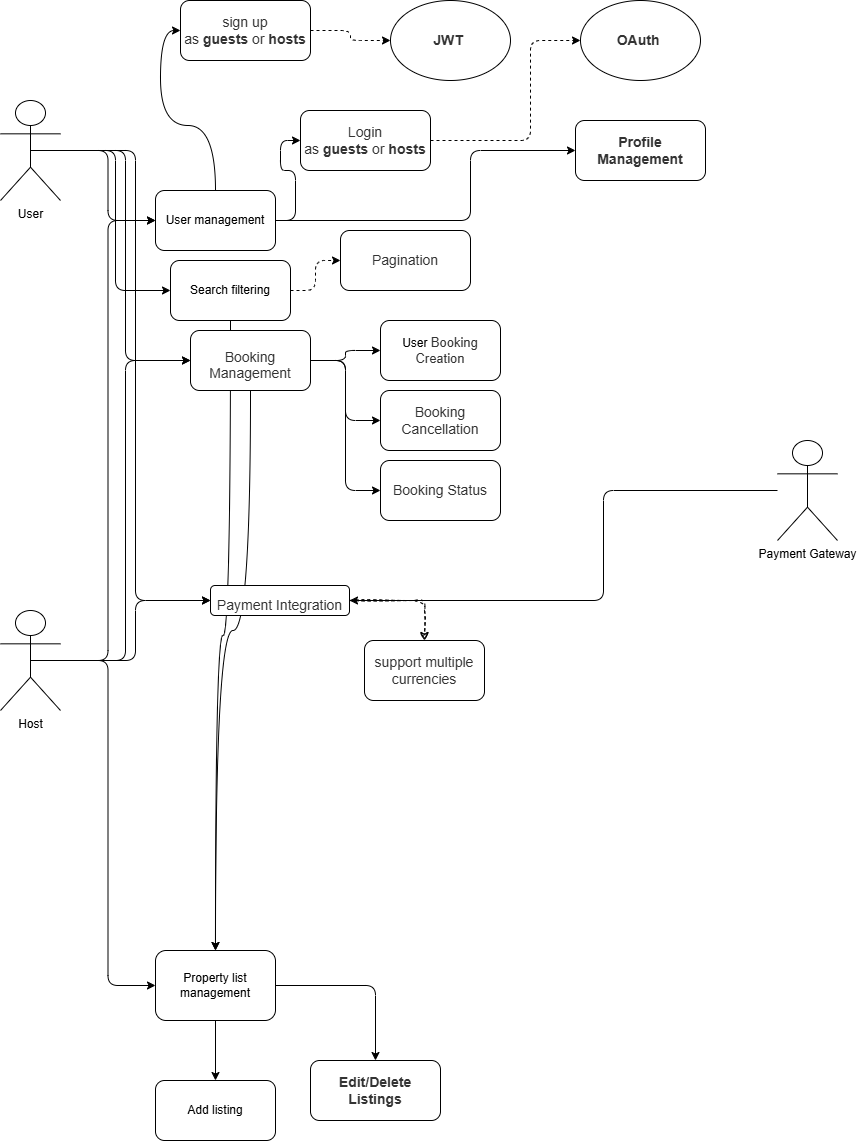
The draw.io diagram use-case-diagram/usecase.drawio.png in Dinamow/alx-airbnb-project-documentation, before a commit. Source tidied: cells renumbered, new cells last; positions are measured from the earlier drawing's top-left corner, leaving out a move shared by most shapes.
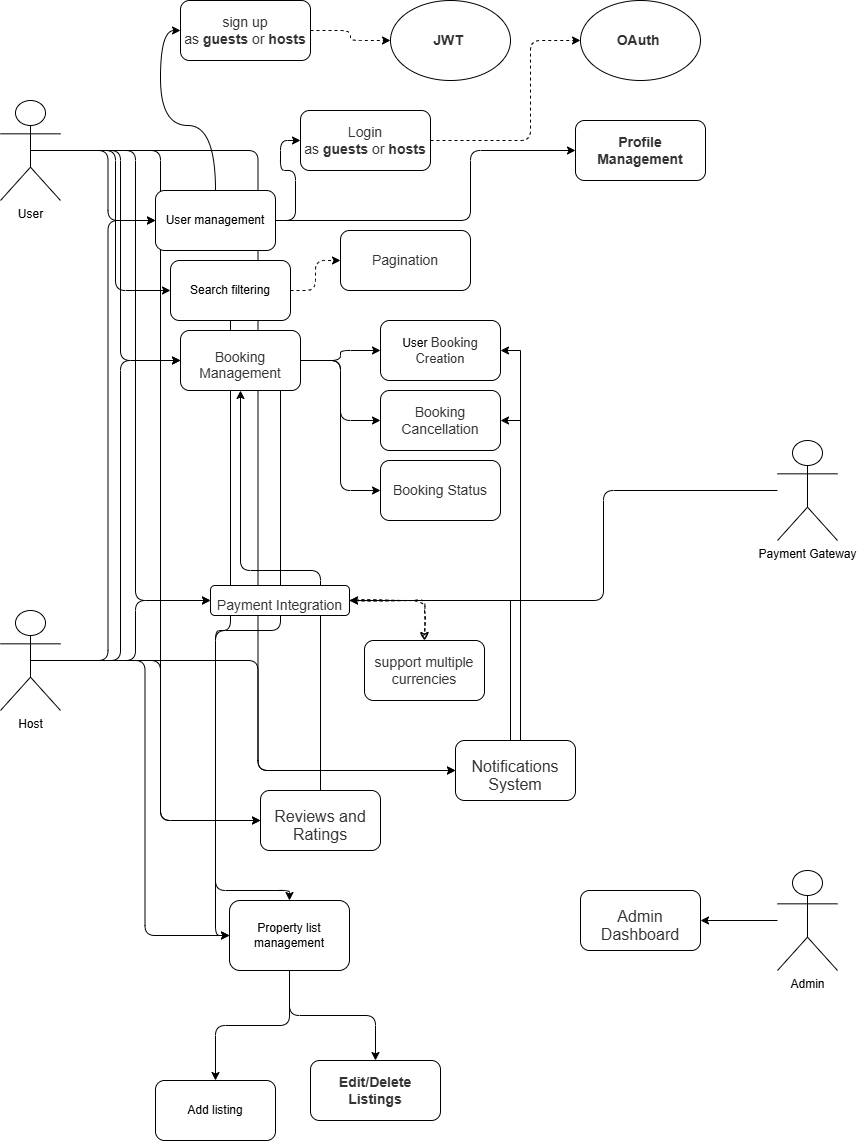
The same diagram one commit later.

Diff of the diagram source:
```diff
@@ -2,6 +2,17 @@
   <root>
     <mxCell id="0" />
     <mxCell id="1" parent="0" />
+    <mxCell id="45" style="edgeStyle=orthogonalEdgeStyle;rounded=1;jettySize=auto;html=1;entryX=0;entryY=0.5;entryDx=0;entryDy=0;curved=0;" parent="1" edge="1" source="7" target="54">
+      <mxGeometry relative="1" as="geometry" />
+    </mxCell>
+    <mxCell id="46" style="edgeStyle=orthogonalEdgeStyle;rounded=1;jettySize=auto;html=1;entryX=0.5;entryY=1;entryDx=0;entryDy=0;curved=0;" parent="1" edge="1" source="50" target="39">
+      <mxGeometry relative="1" as="geometry">
+        <Array as="points">
+          <mxPoint x="320" y="570" />
+          <mxPoint x="240" y="570" />
+        </Array>
+      </mxGeometry>
+    </mxCell>
     <mxCell id="2" style="edgeStyle=orthogonalEdgeStyle;rounded=1;jettySize=auto;html=1;entryX=0;entryY=0.5;entryDx=0;entryDy=0;curved=0;" parent="1" edge="1" source="11" target="43">
       <mxGeometry relative="1" as="geometry" />
     </mxCell>
@@ -17,6 +28,9 @@
     <mxCell id="6" style="edgeStyle=orthogonalEdgeStyle;rounded=1;jettySize=auto;html=1;entryX=0;entryY=0.5;entryDx=0;entryDy=0;curved=0;" parent="1" edge="1" source="7" target="39">
       <mxGeometry relative="1" as="geometry" />
     </mxCell>
+    <mxCell id="47" style="edgeStyle=orthogonalEdgeStyle;rounded=1;jettySize=auto;html=1;entryX=0;entryY=0.5;entryDx=0;entryDy=0;curved=0;" parent="1" edge="1" source="7" target="50">
+      <mxGeometry relative="1" as="geometry" />
+    </mxCell>
     <mxCell id="7" value="User" style="shape=umlActor;verticalLabelPosition=bottom;verticalAlign=top;html=1;outlineConnect=0;rounded=1;" parent="1" vertex="1">
       <mxGeometry y="100" width="60" height="100" as="geometry" />
     </mxCell>
@@ -29,6 +43,12 @@
     <mxCell id="10" style="edgeStyle=orthogonalEdgeStyle;rounded=1;jettySize=auto;html=1;entryX=0;entryY=0.5;entryDx=0;entryDy=0;curved=0;" parent="1" edge="1" source="11" target="39">
       <mxGeometry relative="1" as="geometry" />
     </mxCell>
+    <mxCell id="48" style="edgeStyle=orthogonalEdgeStyle;rounded=1;jettySize=auto;html=1;entryX=0;entryY=0.5;entryDx=0;entryDy=0;curved=0;" parent="1" edge="1" source="11" target="50">
+      <mxGeometry relative="1" as="geometry" />
+    </mxCell>
+    <mxCell id="49" style="edgeStyle=orthogonalEdgeStyle;rounded=1;jettySize=auto;html=1;entryX=0;entryY=0.5;entryDx=0;entryDy=0;curved=0;" parent="1" edge="1" source="11" target="54">
+      <mxGeometry relative="1" as="geometry" />
+    </mxCell>
     <mxCell id="11" value="Host" style="shape=umlActor;verticalLabelPosition=bottom;verticalAlign=top;html=1;outlineConnect=0;rounded=1;" parent="1" vertex="1">
       <mxGeometry y="610" width="60" height="100" as="geometry" />
     </mxCell>
@@ -82,7 +102,7 @@
       <mxGeometry relative="1" as="geometry" />
     </mxCell>
     <mxCell id="25" value="Property list management" style="rounded=1;whiteSpace=wrap;html=1;" parent="1" vertex="1">
-      <mxGeometry x="155" y="950" width="120" height="70" as="geometry" />
+      <mxGeometry x="229" y="900" width="120" height="70" as="geometry" />
     </mxCell>
     <mxCell id="26" value="&lt;strong style=&quot;box-sizing: border-box; color: rgb(51, 51, 51); font-family: aktiv-grotesk, sans-serif; font-size: 14px; text-align: left; background-color: rgb(255, 255, 255);&quot;&gt;Edit/Delete Listings&lt;/strong&gt;" style="rounded=1;whiteSpace=wrap;html=1;" parent="1" vertex="1">
       <mxGeometry x="310" y="1060" width="130" height="60" as="geometry" />
@@ -93,16 +113,23 @@
     <mxCell id="28" style="edgeStyle=orthogonalEdgeStyle;rounded=1;jettySize=auto;html=1;dashed=1;entryX=0;entryY=0.5;entryDx=0;entryDy=0;" parent="1" edge="1" source="31" target="32">
       <mxGeometry relative="1" as="geometry" />
     </mxCell>
-    <mxCell id="29" style="edgeStyle=orthogonalEdgeStyle;rounded=1;jettySize=auto;html=1;entryX=0.5;entryY=0;entryDx=0;entryDy=0;curved=1;" parent="1" edge="1" source="39" target="25">
+    <mxCell id="29" style="edgeStyle=orthogonalEdgeStyle;rounded=1;jettySize=auto;html=1;entryX=0.5;entryY=0;entryDx=0;entryDy=0;curved=0;" parent="1" edge="1" source="39" target="25">
       <mxGeometry relative="1" as="geometry">
         <Array as="points">
-          <mxPoint x="250" y="630" />
+          <mxPoint x="280" y="630" />
           <mxPoint x="215" y="630" />
+          <mxPoint x="215" y="890" />
+          <mxPoint x="289" y="890" />
         </Array>
       </mxGeometry>
     </mxCell>
-    <mxCell id="30" style="edgeStyle=orthogonalEdgeStyle;rounded=1;jettySize=auto;html=1;curved=1;" parent="1" edge="1" source="31" target="25">
-      <mxGeometry relative="1" as="geometry" />
+    <mxCell id="30" style="edgeStyle=orthogonalEdgeStyle;rounded=1;jettySize=auto;html=1;curved=0;" parent="1" edge="1" source="31" target="25">
+      <mxGeometry relative="1" as="geometry">
+        <Array as="points">
+          <mxPoint x="230" y="630" />
+          <mxPoint x="215" y="630" />
+        </Array>
+      </mxGeometry>
     </mxCell>
     <mxCell id="31" value="Search filtering" style="rounded=1;whiteSpace=wrap;html=1;" parent="1" vertex="1">
       <mxGeometry x="170" y="260" width="120" height="60" as="geometry" />
@@ -129,7 +156,7 @@
       <mxGeometry x="380" y="460" width="120" height="60" as="geometry" />
     </mxCell>
     <mxCell id="39" value="&lt;h3 style=&quot;box-sizing: border-box; font-family: aktiv-grotesk, sans-serif; line-height: 1.1; color: rgb(51, 51, 51); margin-top: 30px; margin-bottom: 20px; background-color: rgb(255, 255, 255);&quot;&gt;&lt;span style=&quot;box-sizing: border-box; font-weight: normal;&quot;&gt;&lt;font style=&quot;font-size: 14px;&quot;&gt;Booking Management&lt;/font&gt;&lt;/span&gt;&lt;/h3&gt;" style="rounded=1;whiteSpace=wrap;html=1;align=center;" parent="1" vertex="1">
-      <mxGeometry x="190" y="330" width="120" height="60" as="geometry" />
+      <mxGeometry x="180" y="330" width="120" height="60" as="geometry" />
     </mxCell>
     <mxCell id="40" style="edgeStyle=orthogonalEdgeStyle;rounded=1;jettySize=auto;html=1;entryX=1;entryY=0.5;entryDx=0;entryDy=0;curved=0;" parent="1" edge="1" source="41" target="43">
       <mxGeometry relative="1" as="geometry">
@@ -151,5 +178,41 @@
     <mxCell id="44" value="&lt;span style=&quot;color: rgb(51, 51, 51); font-family: aktiv-grotesk, sans-serif; font-size: 14px; text-align: left; background-color: rgb(255, 255, 255);&quot;&gt;support multiple currencies&lt;/span&gt;" style="rounded=1;whiteSpace=wrap;html=1;" parent="1" vertex="1">
       <mxGeometry x="364" y="640" width="120" height="60" as="geometry" />
     </mxCell>
+    <mxCell id="50" value="&lt;h3 style=&quot;box-sizing: border-box; font-family: aktiv-grotesk, sans-serif; line-height: 1.1; color: rgb(51, 51, 51); margin-top: 30px; margin-bottom: 20px; background-color: rgb(255, 255, 255);&quot;&gt;&lt;span style=&quot;box-sizing: border-box; font-weight: normal;&quot;&gt;&lt;font style=&quot;font-size: 16px;&quot;&gt;Reviews and Ratings&lt;/font&gt;&lt;/span&gt;&lt;/h3&gt;" style="rounded=1;whiteSpace=wrap;html=1;align=center;" parent="1" vertex="1">
+      <mxGeometry x="260" y="790" width="120" height="60" as="geometry" />
+    </mxCell>
+    <mxCell id="51" style="edgeStyle=orthogonalEdgeStyle;rounded=0;jettySize=auto;html=1;entryX=1;entryY=0.5;entryDx=0;entryDy=0;" parent="1" edge="1" source="54" target="43">
+      <mxGeometry relative="1" as="geometry">
+        <Array as="points">
+          <mxPoint x="510" y="600" />
+        </Array>
+      </mxGeometry>
+    </mxCell>
+    <mxCell id="52" style="edgeStyle=orthogonalEdgeStyle;rounded=0;jettySize=auto;html=1;entryX=1;entryY=0.5;entryDx=0;entryDy=0;" parent="1" edge="1" source="54" target="36">
+      <mxGeometry relative="1" as="geometry">
+        <Array as="points">
+          <mxPoint x="520" y="350" />
+        </Array>
+      </mxGeometry>
+    </mxCell>
+    <mxCell id="53" style="edgeStyle=orthogonalEdgeStyle;rounded=0;jettySize=auto;html=1;entryX=1;entryY=0.5;entryDx=0;entryDy=0;" parent="1" edge="1" source="54" target="37">
+      <mxGeometry relative="1" as="geometry">
+        <Array as="points">
+          <mxPoint x="520" y="420" />
+        </Array>
+      </mxGeometry>
+    </mxCell>
+    <mxCell id="54" value="&lt;h3 style=&quot;box-sizing: border-box; font-family: aktiv-grotesk, sans-serif; line-height: 1.1; color: rgb(51, 51, 51); margin-top: 30px; margin-bottom: 20px; background-color: rgb(255, 255, 255);&quot;&gt;&lt;span style=&quot;box-sizing: border-box; font-weight: normal;&quot;&gt;&lt;font style=&quot;font-size: 16px;&quot;&gt;Notifications System&lt;/font&gt;&lt;/span&gt;&lt;/h3&gt;" style="rounded=1;whiteSpace=wrap;html=1;align=center;" parent="1" vertex="1">
+      <mxGeometry x="455" y="740" width="120" height="60" as="geometry" />
+    </mxCell>
+    <mxCell id="55" style="edgeStyle=orthogonalEdgeStyle;rounded=0;jettySize=auto;html=1;entryX=1;entryY=0.5;entryDx=0;entryDy=0;" parent="1" edge="1" source="56" target="57">
+      <mxGeometry relative="1" as="geometry" />
+    </mxCell>
+    <mxCell id="56" value="Admin" style="shape=umlActor;verticalLabelPosition=bottom;verticalAlign=top;html=1;outlineConnect=0;rounded=1;" parent="1" vertex="1">
+      <mxGeometry x="777" y="870" width="60" height="100" as="geometry" />
+    </mxCell>
+    <mxCell id="57" value="&lt;h3 style=&quot;box-sizing: border-box; font-family: aktiv-grotesk, sans-serif; line-height: 1.1; color: rgb(51, 51, 51); margin-top: 30px; margin-bottom: 20px; background-color: rgb(255, 255, 255);&quot;&gt;&lt;span style=&quot;box-sizing: border-box; font-weight: normal;&quot;&gt;&lt;font style=&quot;font-size: 16px;&quot;&gt;Admin Dashboard&lt;/font&gt;&lt;/span&gt;&lt;/h3&gt;" style="rounded=1;whiteSpace=wrap;html=1;align=center;" parent="1" vertex="1">
+      <mxGeometry x="580" y="890" width="120" height="60" as="geometry" />
+    </mxCell>
   </root>
 </mxGraphModel>
```
